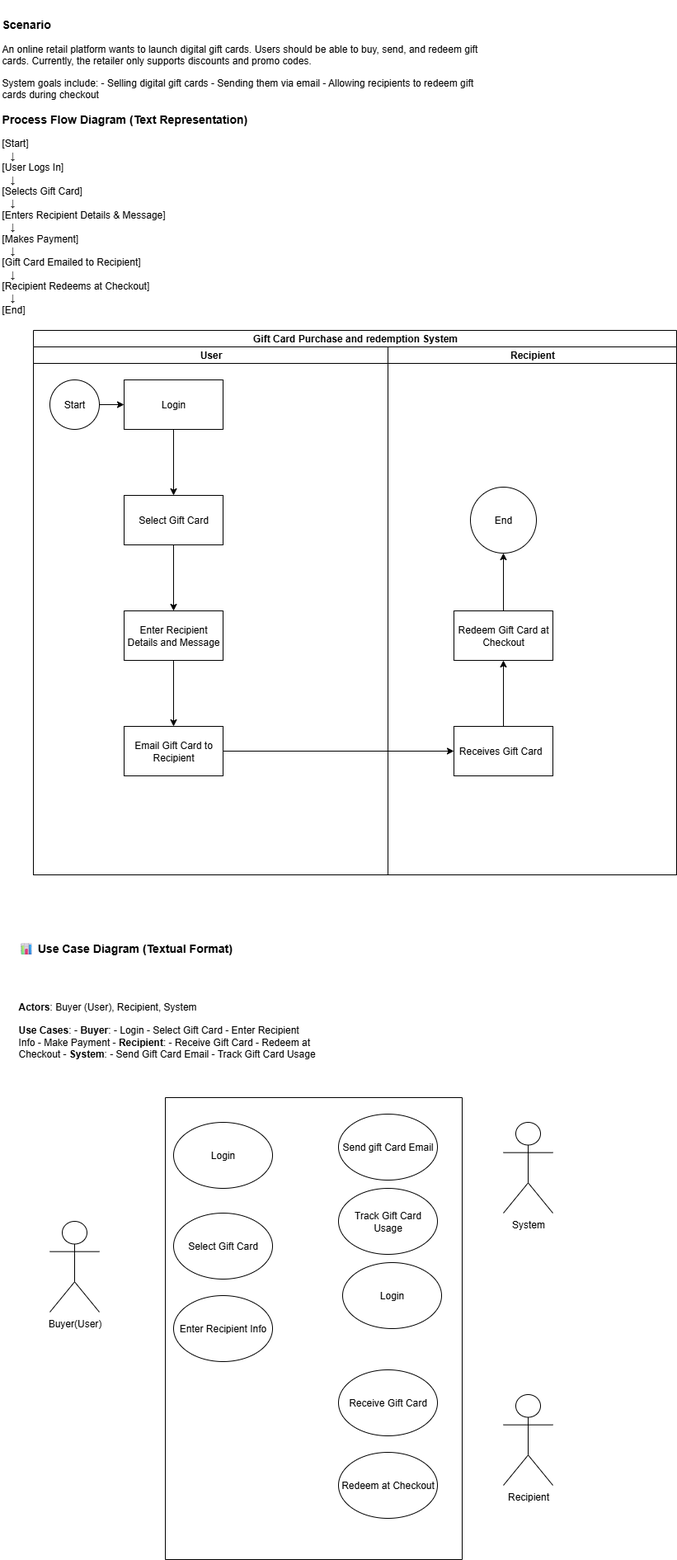
shruthiLearns/BusinessAnalysis keeps this draw.io diagram as E-Commerce Case Study: Gift Card Purchase & Redemption System.drawio.png. Above is the earlier version. Source tidied: cells renumbered, new cells last; positions are measured from the earlier drawing's top-left corner, leaving out a move shared by most shapes.
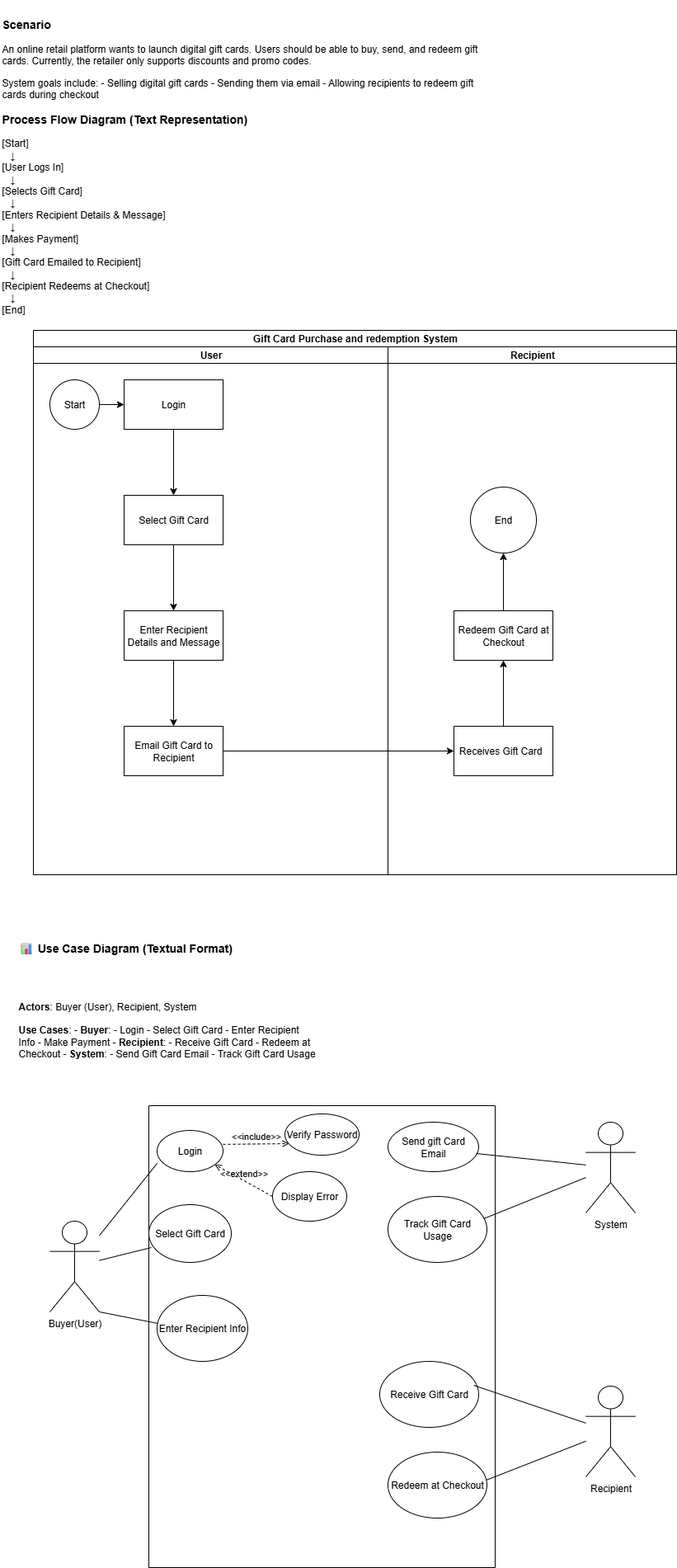
Above is the later version.

The edit, as a diff of the source:
```diff
@@ -60,32 +60,41 @@
       <mxGeometry relative="1" as="geometry" />
     </mxCell>
     <mxCell id="21" style="swimlane;startSize=0;" parent="1" vertex="1">
-      <mxGeometry x="200" y="1330" width="360" height="560" as="geometry" />
+      <mxGeometry x="180" y="1340" width="420" height="560" as="geometry" />
     </mxCell>
     <mxCell id="22" value="Login" style="ellipse;whiteSpace=wrap;html=1;" parent="21" vertex="1">
-      <mxGeometry x="10" y="30" width="120" height="80" as="geometry" />
+      <mxGeometry x="10" y="30" width="80" height="50" as="geometry" />
     </mxCell>
     <mxCell id="23" value="Select Gift Card" style="ellipse;whiteSpace=wrap;html=1;" parent="21" vertex="1">
-      <mxGeometry x="10" y="140" width="120" height="80" as="geometry" />
+      <mxGeometry y="120" width="100" height="70" as="geometry" />
     </mxCell>
     <mxCell id="24" value="Enter Recipient Info" style="ellipse;whiteSpace=wrap;html=1;" parent="21" vertex="1">
-      <mxGeometry x="10" y="240" width="120" height="80" as="geometry" />
+      <mxGeometry x="10" y="230" width="110" height="80" as="geometry" />
     </mxCell>
     <mxCell id="25" value="Send gift Card Email" style="ellipse;whiteSpace=wrap;html=1;" parent="21" vertex="1">
-      <mxGeometry x="210" y="20" width="120" height="80" as="geometry" />
+      <mxGeometry x="290" y="20" width="110" height="60" as="geometry" />
     </mxCell>
     <mxCell id="26" value="Track Gift Card Usage" style="ellipse;whiteSpace=wrap;html=1;" parent="21" vertex="1">
-      <mxGeometry x="210" y="110" width="120" height="80" as="geometry" />
+      <mxGeometry x="290" y="110" width="120" height="80" as="geometry" />
     </mxCell>
-    <mxCell id="27" value="Login" style="ellipse;whiteSpace=wrap;html=1;" parent="21" vertex="1">
-      <mxGeometry x="215" y="200" width="120" height="80" as="geometry" />
-    </mxCell>
     <mxCell id="28" value="Receive Gift Card" style="ellipse;whiteSpace=wrap;html=1;" parent="21" vertex="1">
-      <mxGeometry x="210" y="330" width="120" height="80" as="geometry" />
+      <mxGeometry x="280" y="310" width="120" height="80" as="geometry" />
     </mxCell>
     <mxCell id="29" value="Redeem at Checkout" style="ellipse;whiteSpace=wrap;html=1;" parent="21" vertex="1">
-      <mxGeometry x="210" y="430" width="120" height="80" as="geometry" />
+      <mxGeometry x="290" y="420" width="120" height="80" as="geometry" />
     </mxCell>
+    <mxCell id="34" value="Verify Password" style="ellipse;whiteSpace=wrap;html=1;" parent="21" vertex="1">
+      <mxGeometry x="165" y="10" width="90" height="50" as="geometry" />
+    </mxCell>
+    <mxCell id="35" value="Display Error" style="ellipse;whiteSpace=wrap;html=1;" parent="21" vertex="1">
+      <mxGeometry x="150" y="80" width="90" height="60" as="geometry" />
+    </mxCell>
+    <mxCell id="36" value="&amp;lt;&amp;lt;include&amp;gt;&amp;gt;" style="html=1;verticalAlign=bottom;labelBackgroundColor=none;endArrow=open;endFill=0;dashed=1;rounded=0;exitX=1;exitY=0.338;exitDx=0;exitDy=0;exitPerimeter=0;entryX=0.056;entryY=0.72;entryDx=0;entryDy=0;entryPerimeter=0;" parent="21" edge="1" source="22" target="34">
+      <mxGeometry relative="1" as="geometry" />
+    </mxCell>
+    <mxCell id="37" value="&amp;lt;&amp;lt;extend&amp;gt;&amp;gt;" style="html=1;verticalAlign=bottom;labelBackgroundColor=none;endArrow=open;endFill=0;dashed=1;rounded=0;exitX=0;exitY=0.5;exitDx=0;exitDy=0;" parent="21" edge="1" source="35" target="22">
+      <mxGeometry relative="1" as="geometry" />
+    </mxCell>
     <mxCell id="30" value="&lt;h3&gt;📊 Use Case Diagram (Textual Format)&lt;/h3&gt;&#10;&#10;&lt;p class=&quot;FirstParagraph&quot;&gt;&lt;b&gt;Actors&lt;/b&gt;: Buyer (User), Recipient, System&lt;br&gt;&#10;&lt;b&gt;Use Cases&lt;/b&gt;: - &lt;b&gt;Buyer&lt;/b&gt;: - Login - Select Gift Card - Enter Recipient&#10;Info - Make Payment - &lt;b&gt;Recipient&lt;/b&gt;: - Receive Gift Card - Redeem at&#10;Checkout - &lt;b&gt;System&lt;/b&gt;: - Send Gift Card Email - Track Gift Card Usage&lt;/p&gt;" style="text;whiteSpace=wrap;html=1;" parent="1" vertex="1">
       <mxGeometry x="20" y="1120" width="390" height="190" as="geometry" />
     </mxCell>
@@ -93,10 +102,31 @@
       <mxGeometry x="60" y="1480" width="60" height="110" as="geometry" />
     </mxCell>
     <mxCell id="32" value="System" style="shape=umlActor;verticalLabelPosition=bottom;verticalAlign=top;html=1;outlineConnect=0;" parent="1" vertex="1">
-      <mxGeometry x="610" y="1360" width="60" height="110" as="geometry" />
+      <mxGeometry x="710" y="1360" width="60" height="110" as="geometry" />
     </mxCell>
     <mxCell id="33" value="Recipient" style="shape=umlActor;verticalLabelPosition=bottom;verticalAlign=top;html=1;outlineConnect=0;" parent="1" vertex="1">
-      <mxGeometry x="610" y="1690" width="60" height="110" as="geometry" />
+      <mxGeometry x="710" y="1680" width="60" height="110" as="geometry" />
     </mxCell>
+    <mxCell id="38" style="endArrow=none;html=1;rounded=0;entryX=0;entryY=0.8;entryDx=0;entryDy=0;entryPerimeter=0;" parent="1" edge="1" source="31" target="22">
+      <mxGeometry relative="1" as="geometry" />
+    </mxCell>
+    <mxCell id="39" style="endArrow=none;html=1;rounded=0;entryX=0.03;entryY=0.743;entryDx=0;entryDy=0;entryPerimeter=0;" parent="1" edge="1" source="31" target="23">
+      <mxGeometry relative="1" as="geometry" />
+    </mxCell>
+    <mxCell id="40" style="endArrow=none;html=1;rounded=0;exitX=1;exitY=1;exitDx=0;exitDy=0;exitPerimeter=0;entryX=0.009;entryY=0.425;entryDx=0;entryDy=0;entryPerimeter=0;" parent="1" edge="1" source="31" target="24">
+      <mxGeometry relative="1" as="geometry" />
+    </mxCell>
+    <mxCell id="41" style="endArrow=none;html=1;rounded=0;exitX=0.973;exitY=0.633;exitDx=0;exitDy=0;exitPerimeter=0;" parent="1" edge="1" source="25" target="32">
+      <mxGeometry relative="1" as="geometry" />
+    </mxCell>
+    <mxCell id="42" style="endArrow=none;html=1;rounded=0;exitX=0.967;exitY=0.338;exitDx=0;exitDy=0;exitPerimeter=0;" parent="1" edge="1" source="26" target="32">
+      <mxGeometry relative="1" as="geometry" />
+    </mxCell>
+    <mxCell id="43" style="endArrow=none;html=1;rounded=0;exitX=0.95;exitY=0.363;exitDx=0;exitDy=0;exitPerimeter=0;" parent="1" edge="1" source="28" target="33">
+      <mxGeometry relative="1" as="geometry" />
+    </mxCell>
+    <mxCell id="44" style="endArrow=none;html=1;rounded=0;exitX=0.992;exitY=0.425;exitDx=0;exitDy=0;exitPerimeter=0;" parent="1" edge="1" source="29" target="33">
+      <mxGeometry relative="1" as="geometry" />
+    </mxCell>
   </root>
 </mxGraphModel>
```
